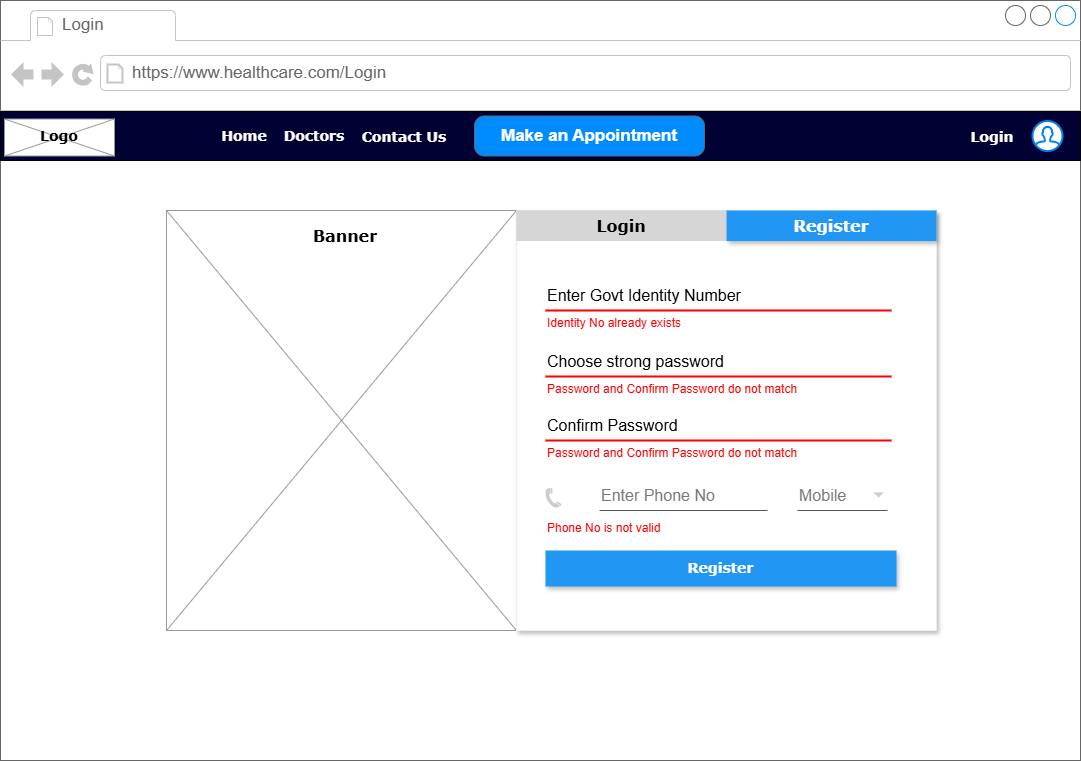
The draw.io diagram Online-Appointment-for-Healthcare-Clinic/02 - Diagrams/WireFrame_1-Register.png in ZohaibWaqarMalik/Technical-Business-Analyst-Projects, before a commit. Source tidied: cells renumbered, new cells last; positions are measured from the earlier drawing's top-left corner, leaving out a move shared by most shapes. The source it was exported from:
```xml
<mxGraphModel>
  <root>
    <mxCell id="0" />
    <mxCell id="1" parent="0" />
    <mxCell id="2" style="strokeWidth=1;shadow=0;dashed=0;align=center;html=1;shape=mxgraph.mockup.containers.browserWindow;rSize=0;strokeColor=#666666;strokeColor2=#008cff;strokeColor3=#c4c4c4;mainText=,;" parent="1" vertex="1">
      <mxGeometry width="1080" height="760" as="geometry" />
    </mxCell>
    <mxCell id="3" value="Login" style="strokeWidth=1;shadow=0;dashed=0;align=center;html=1;shape=mxgraph.mockup.containers.anchor;fontSize=17;fontColor=#666666;align=left;whiteSpace=wrap;" parent="2" vertex="1">
      <mxGeometry x="60" y="12" width="110" height="26" as="geometry" />
    </mxCell>
    <mxCell id="4" value="https://www.healthcare.com/Login" style="strokeWidth=1;shadow=0;dashed=0;align=center;html=1;shape=mxgraph.mockup.containers.anchor;rSize=0;fontSize=17;fontColor=#666666;align=left;" parent="2" vertex="1">
      <mxGeometry x="130" y="60" width="360" height="26" as="geometry" />
    </mxCell>
    <mxCell id="5" style="verticalLabelPosition=bottom;shadow=0;dashed=0;align=center;html=1;verticalAlign=top;strokeWidth=1;shape=mxgraph.mockup.graphics.simpleIcon;strokeColor=#999999;" parent="2" vertex="1">
      <mxGeometry x="166" y="210" width="350" height="420" as="geometry" />
    </mxCell>
    <mxCell id="6" value="&lt;font face=&quot;Verdana&quot; style=&quot;font-size: 16px;&quot;&gt;&lt;b&gt;Banner&lt;/b&gt;&lt;/font&gt;" style="text;html=1;align=center;verticalAlign=middle;whiteSpace=wrap;rounded=0;" parent="2" vertex="1">
      <mxGeometry x="190" y="220" width="310" height="30" as="geometry" />
    </mxCell>
    <mxCell id="7" style="shape=rect;fillColor=#ffffff;strokeColor=#eeeeee;shadow=1;" parent="2" vertex="1">
      <mxGeometry x="516" y="210" width="420" height="420" as="geometry" />
    </mxCell>
    <mxCell id="8" value="&lt;font face=&quot;Verdana&quot;&gt;&lt;span style=&quot;font-size: 16px;&quot;&gt;Login&lt;/span&gt;&lt;/font&gt;" style="whiteSpace=wrap;html=1;dashed=0;align=center;fontSize=12;shape=rect;fillColor=#999999;opacity=40;strokeColor=none;fontStyle=1;" parent="7" vertex="1">
      <mxGeometry width="210" height="30.5" as="geometry" />
    </mxCell>
    <mxCell id="9" value="&lt;span style=&quot;font-family: Verdana; font-size: 16px;&quot;&gt;&lt;font style=&quot;color: rgb(255, 255, 255);&quot;&gt;Register&lt;/font&gt;&lt;/span&gt;" style="whiteSpace=wrap;html=1;dashed=0;align=center;fontSize=12;shape=rect;fillColor=#2196F3;strokeColor=none;fontStyle=1;shadow=1;fontColor=#ffffff;" parent="7" vertex="1">
      <mxGeometry x="210" width="210" height="30.5" as="geometry" />
    </mxCell>
    <mxCell id="10" value="Enter Govt Identity Number" style="text;fontSize=16;verticalAlign=middle;strokeColor=none;fillColor=none;whiteSpace=wrap;html=1;" parent="7" vertex="1">
      <mxGeometry x="29" y="70" width="346" height="30" as="geometry" />
    </mxCell>
    <mxCell id="11" style="dashed=0;shape=line;strokeWidth=2;noLabel=1;strokeColor=#ff0000;" parent="7" vertex="1">
      <mxGeometry x="29" y="95" width="346" height="10" as="geometry" />
    </mxCell>
    <mxCell id="12" value="Identity No already exists" style="text;fontColor=#ff0000;fontSize=12;verticalAlign=middle;strokeColor=none;fillColor=none;whiteSpace=wrap;html=1;" parent="7" vertex="1">
      <mxGeometry x="29" y="100" width="346" height="25" as="geometry" />
    </mxCell>
    <mxCell id="13" value="Choose strong password" style="text;fontSize=16;verticalAlign=middle;strokeColor=none;fillColor=none;whiteSpace=wrap;html=1;" parent="7" vertex="1">
      <mxGeometry x="29" y="136" width="346" height="30" as="geometry" />
    </mxCell>
    <mxCell id="14" style="dashed=0;shape=line;strokeWidth=2;noLabel=1;strokeColor=#ff0000;" parent="7" vertex="1">
      <mxGeometry x="29" y="161" width="346" height="10" as="geometry" />
    </mxCell>
    <mxCell id="15" value="Password and Confirm Password do not match" style="text;fontColor=#ff0000;fontSize=12;verticalAlign=middle;strokeColor=none;fillColor=none;whiteSpace=wrap;html=1;" parent="7" vertex="1">
      <mxGeometry x="29" y="166" width="346" height="25" as="geometry" />
    </mxCell>
    <mxCell id="16" value="&lt;font style=&quot;font-size: 14px;&quot; face=&quot;Verdana&quot;&gt;Register&lt;/font&gt;" style="whiteSpace=wrap;html=1;dashed=0;align=center;fontSize=12;shape=rect;fillColor=#2196F3;strokeColor=none;fontStyle=1;shadow=1;fontColor=#ffffff;" parent="7" vertex="1">
      <mxGeometry x="29" y="340" width="351" height="36" as="geometry" />
    </mxCell>
    <mxCell id="17" value="Confirm Password" style="text;fontSize=16;verticalAlign=middle;strokeColor=none;fillColor=none;whiteSpace=wrap;html=1;" parent="7" vertex="1">
      <mxGeometry x="29" y="200" width="346" height="30" as="geometry" />
    </mxCell>
    <mxCell id="18" style="dashed=0;shape=line;strokeWidth=2;noLabel=1;strokeColor=#ff0000;" parent="7" vertex="1">
      <mxGeometry x="29" y="225" width="346" height="10" as="geometry" />
    </mxCell>
    <mxCell id="19" value="Password and Confirm Password do not match" style="text;fontColor=#ff0000;fontSize=12;verticalAlign=middle;strokeColor=none;fillColor=none;whiteSpace=wrap;html=1;" parent="7" vertex="1">
      <mxGeometry x="29" y="230" width="346" height="25" as="geometry" />
    </mxCell>
    <mxCell id="20" style="shape=rect;strokeColor=none;fillColor=none;" parent="7" vertex="1">
      <mxGeometry x="29" y="270" width="342" height="35" as="geometry" />
    </mxCell>
    <mxCell id="21" style="dashed=0;shape=mxgraph.gmdl.telephone;strokeColor=none;fillColor=#cccccc;" parent="20" vertex="1">
      <mxGeometry y="0.5" width="16" height="20" relative="1" as="geometry">
        <mxPoint y="-10" as="offset" />
      </mxGeometry>
    </mxCell>
    <mxCell id="22" value="Enter Phone No" style="text;fontColor=#777777;fontSize=16;verticalAlign=middle;strokeColor=none;fillColor=none;whiteSpace=wrap;html=1;" parent="20" vertex="1">
      <mxGeometry x="54" width="168" height="30" as="geometry" />
    </mxCell>
    <mxCell id="23" style="dashed=0;shape=line;strokeWidth=1;noLabel=1;strokeColor=#555555;" parent="20" vertex="1">
      <mxGeometry x="54" y="25" width="168" height="10" as="geometry" />
    </mxCell>
    <mxCell id="24" value="Mobile" style="text;fontColor=#777777;fontSize=16;verticalAlign=middle;strokeColor=none;fillColor=none;opacity=50;whiteSpace=wrap;html=1;" parent="20" vertex="1">
      <mxGeometry x="252" width="90" height="30" as="geometry" />
    </mxCell>
    <mxCell id="25" style="dashed=0;shape=triangle;noLabel=1;strokeColor=none;fillColor=#cccccc;direction=south;" parent="24" vertex="1">
      <mxGeometry x="1" y="0.5" width="10" height="5" relative="1" as="geometry">
        <mxPoint x="-14" y="-3" as="offset" />
      </mxGeometry>
    </mxCell>
    <mxCell id="26" style="dashed=0;shape=line;strokeWidth=1;noLabel=1;strokeColor=#555555;" parent="20" vertex="1">
      <mxGeometry x="252" y="25" width="90" height="10" as="geometry" />
    </mxCell>
    <mxCell id="27" value="Phone No is not valid" style="text;fontColor=#ff0000;fontSize=12;verticalAlign=middle;strokeColor=none;fillColor=none;whiteSpace=wrap;html=1;" parent="7" vertex="1">
      <mxGeometry x="29" y="305" width="346" height="25" as="geometry" />
    </mxCell>
    <mxCell id="28" style="verticalLabelPosition=bottom;verticalAlign=top;html=1;shape=mxgraph.basic.patternFillRect;fillStyle=solid;step=5;fillStrokeWidth=0.2;fillStrokeColor=#dddddd;fillColor=#000033;" parent="1" vertex="1">
      <mxGeometry y="111" width="1080" height="49" as="geometry" />
    </mxCell>
    <mxCell id="29" value="Make an Appointment" style="strokeWidth=1;shadow=0;dashed=0;align=center;html=1;shape=mxgraph.mockup.buttons.button;strokeColor=#666666;fontColor=#ffffff;mainText=;buttonStyle=round;fontSize=17;fontStyle=1;fillColor=#008cff;whiteSpace=wrap;" parent="1" vertex="1">
      <mxGeometry x="474" y="115.5" width="230" height="40" as="geometry" />
    </mxCell>
    <mxCell id="30" style="verticalLabelPosition=bottom;shadow=0;dashed=0;align=center;html=1;verticalAlign=top;strokeWidth=1;shape=mxgraph.mockup.graphics.simpleIcon;strokeColor=#999999;" parent="1" vertex="1">
      <mxGeometry x="4" y="118.5" width="110" height="37" as="geometry" />
    </mxCell>
    <mxCell id="31" value="&lt;font face=&quot;Verdana&quot; style=&quot;font-size: 14px;&quot;&gt;&lt;b&gt;Logo&lt;/b&gt;&lt;/font&gt;" style="text;html=1;align=center;verticalAlign=middle;whiteSpace=wrap;rounded=0;" parent="1" vertex="1">
      <mxGeometry x="29" y="120.5" width="60" height="30" as="geometry" />
    </mxCell>
    <mxCell id="32" value="&lt;font face=&quot;Verdana&quot; style=&quot;font-size: 14px;&quot;&gt;&lt;b&gt;Home&lt;/b&gt;&lt;/font&gt;" style="text;html=1;align=center;verticalAlign=middle;whiteSpace=wrap;rounded=0;fontColor=#FFFFFF;" parent="1" vertex="1">
      <mxGeometry x="214" y="120.5" width="60" height="30" as="geometry" />
    </mxCell>
    <mxCell id="33" value="&lt;font face=&quot;Verdana&quot; style=&quot;font-size: 14px;&quot;&gt;&lt;b&gt;Doctors&lt;/b&gt;&lt;/font&gt;" style="text;html=1;align=center;verticalAlign=middle;whiteSpace=wrap;rounded=0;fontColor=#FFFFFF;" parent="1" vertex="1">
      <mxGeometry x="284" y="120.5" width="60" height="30" as="geometry" />
    </mxCell>
    <mxCell id="34" value="&lt;font face=&quot;Verdana&quot; style=&quot;font-size: 14px;&quot;&gt;&lt;b&gt;Contact Us&lt;/b&gt;&lt;/font&gt;" style="text;html=1;align=center;verticalAlign=middle;whiteSpace=wrap;rounded=0;fontColor=#FFFFFF;" parent="1" vertex="1">
      <mxGeometry x="359" y="122" width="90" height="30" as="geometry" />
    </mxCell>
    <mxCell id="35" style="html=1;verticalLabelPosition=bottom;align=center;labelBackgroundColor=#ffffff;verticalAlign=top;strokeWidth=2;strokeColor=#0080F0;shadow=0;dashed=0;shape=mxgraph.ios7.icons.user;" parent="1" vertex="1">
      <mxGeometry x="1032" y="120.5" width="30" height="30" as="geometry" />
    </mxCell>
    <mxCell id="36" value="&lt;font face=&quot;Verdana&quot; style=&quot;font-size: 14px;&quot;&gt;&lt;b&gt;Login&lt;/b&gt;&lt;/font&gt;" style="text;html=1;align=center;verticalAlign=middle;whiteSpace=wrap;rounded=0;fontColor=#FFFFFF;" parent="1" vertex="1">
      <mxGeometry x="962" y="122" width="60" height="30" as="geometry" />
    </mxCell>
  </root>
</mxGraphModel>
```
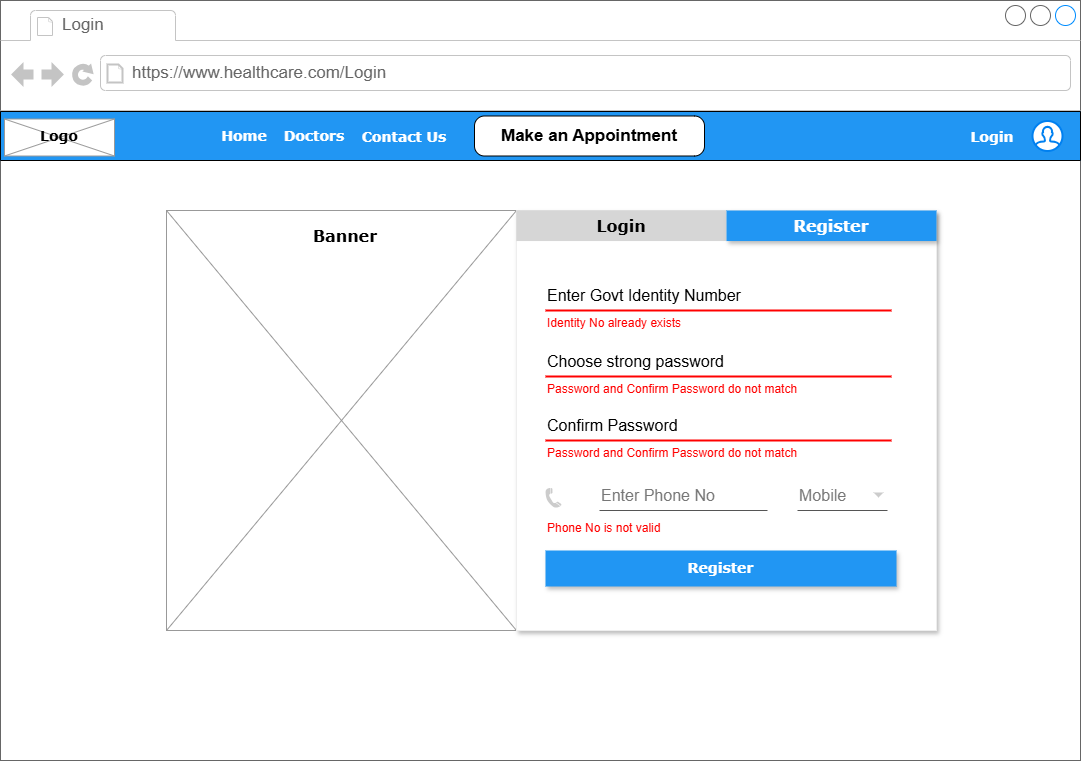
Above is the later version.

Change to the diagram source:
```diff
@@ -84,10 +84,10 @@
     <mxCell id="27" value="Phone No is not valid" style="text;fontColor=#ff0000;fontSize=12;verticalAlign=middle;strokeColor=none;fillColor=none;whiteSpace=wrap;html=1;" parent="7" vertex="1">
       <mxGeometry x="29" y="305" width="346" height="25" as="geometry" />
     </mxCell>
-    <mxCell id="28" style="verticalLabelPosition=bottom;verticalAlign=top;html=1;shape=mxgraph.basic.patternFillRect;fillStyle=solid;step=5;fillStrokeWidth=0.2;fillStrokeColor=#dddddd;fillColor=#000033;" parent="1" vertex="1">
+    <mxCell id="28" style="verticalLabelPosition=bottom;verticalAlign=top;html=1;shape=mxgraph.basic.patternFillRect;fillStyle=solid;step=5;fillStrokeWidth=0.2;fillStrokeColor=#dddddd;fillColor=#2196F3;" parent="1" vertex="1">
       <mxGeometry y="111" width="1080" height="49" as="geometry" />
     </mxCell>
-    <mxCell id="29" value="Make an Appointment" style="strokeWidth=1;shadow=0;dashed=0;align=center;html=1;shape=mxgraph.mockup.buttons.button;strokeColor=#666666;fontColor=#ffffff;mainText=;buttonStyle=round;fontSize=17;fontStyle=1;fillColor=#008cff;whiteSpace=wrap;" parent="1" vertex="1">
+    <mxCell id="29" value="Make an Appointment" style="strokeWidth=1;shadow=0;dashed=0;align=center;html=1;shape=mxgraph.mockup.buttons.button;mainText=;buttonStyle=round;fontSize=17;fontStyle=1;whiteSpace=wrap;" parent="1" vertex="1">
       <mxGeometry x="474" y="115.5" width="230" height="40" as="geometry" />
     </mxCell>
     <mxCell id="30" style="verticalLabelPosition=bottom;shadow=0;dashed=0;align=center;html=1;verticalAlign=top;strokeWidth=1;shape=mxgraph.mockup.graphics.simpleIcon;strokeColor=#999999;" parent="1" vertex="1">
```
